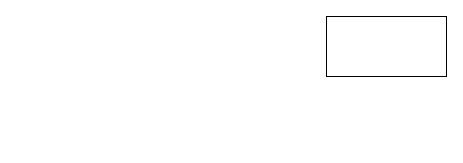
The draw.io diagram dfire/Untitled Diagram.drawio in SurpriseXiong/draw, before the edit. Source tidied: cells renumbered, new cells numbered last; positions are measured from the earlier drawing's top-left corner, leaving out a move shared by most shapes. Both pictures are drawn from the tidied source at 100%, with x=0, y=0 at pixel (326, 16).
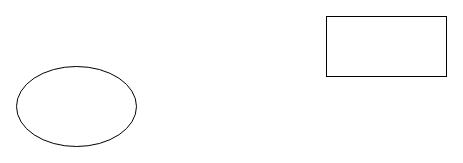
The same page after the edit.

Change to the diagram source:
```diff
@@
 <mxGraphModel>
   <root>
     <mxCell id="0" />
     <mxCell id="1" parent="0" />
     <mxCell id="2" style="rounded=0;whiteSpace=wrap;html=1;" parent="1" vertex="1">
       <mxGeometry width="120" height="60" as="geometry" />
     </mxCell>
+    <mxCell id="3" style="ellipse;whiteSpace=wrap;html=1;" parent="1" vertex="1">
+      <mxGeometry x="-310" y="50" width="120" height="80" as="geometry" />
+    </mxCell>
   </root>
 </mxGraphModel>
```
